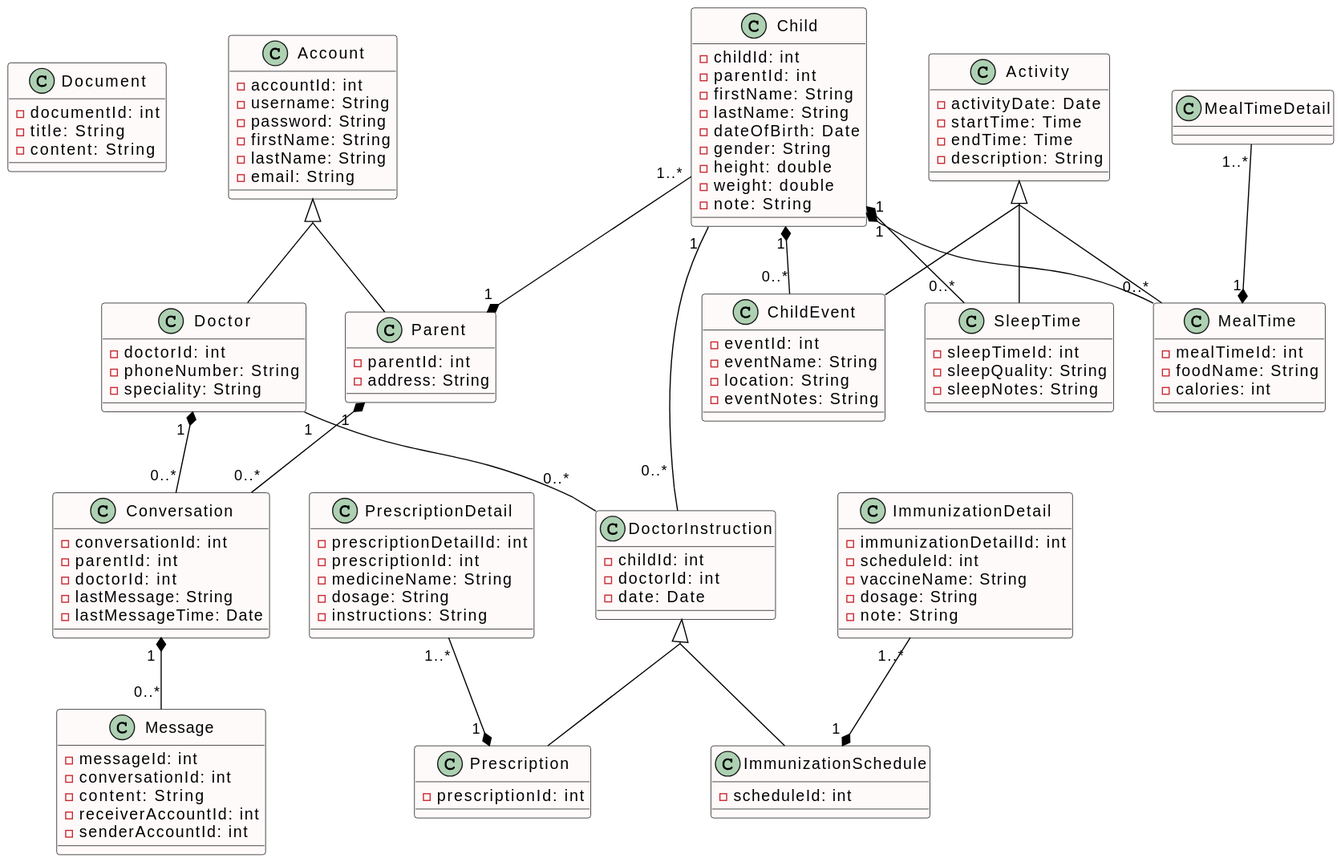
The PlantUML diagram Lab 1/Lab 1.2/Class/ClassDiagram.svg in thanhpt1110/SE357-Pratice-class, before a commit.
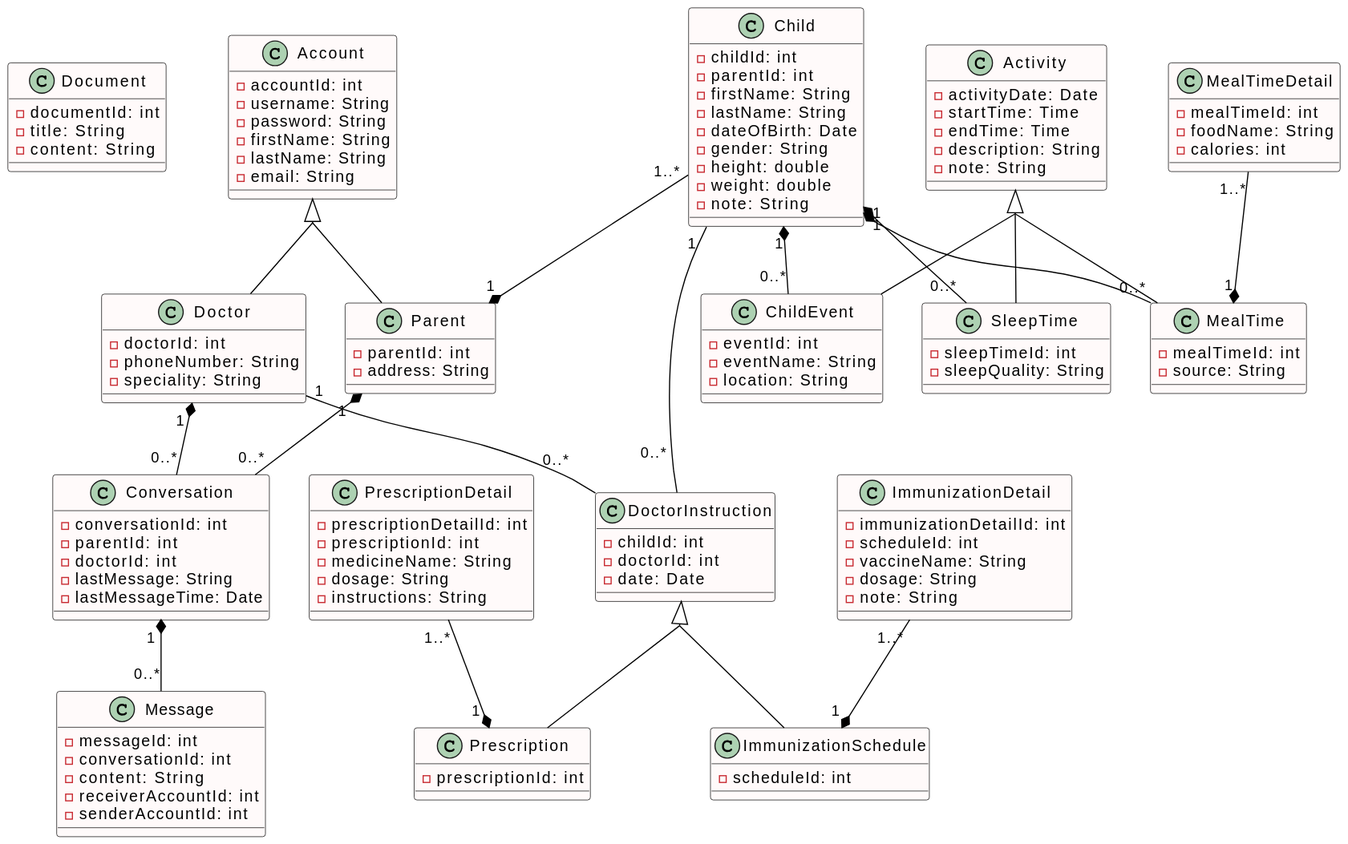
Later version of the same file.

Change to the diagram source:
```diff
@@ -85,9 +85,15 @@
     - startTime: Time
     - endTime: Time
     - description: String
+    - note: String
 }
 
 class MealTime {
+    - mealTimeId: int
+    - source: String
+}
+
+class MealTimeDetail {
     - mealTimeId: int
     - foodName: String
     - calories: int
@@ -96,14 +102,12 @@
 class SleepTime {
     - sleepTimeId: int
     - sleepQuality: String
-    - sleepNotes: String
 }
 
 class ChildEvent {
     - eventId: int
     - eventName: String
     - location: String
-    - eventNotes: String
 }
 
 Activity <|-- MealTime
```
